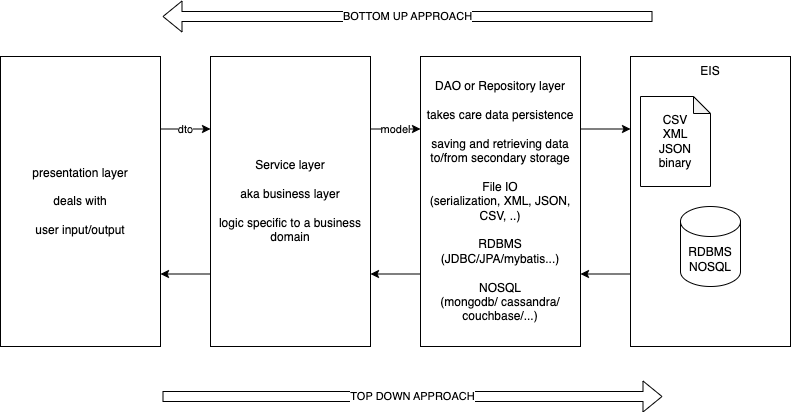
This is customer-dashboard/concept.dio.png from vinod-kayartaya/upcurve-pe-2024, a draw.io export, as it was before one commit. Source tidied: cells renumbered, new cells last; positions are measured from the earlier drawing's top-left corner, leaving out a move shared by most shapes. The source it was exported from:
```xml
<mxGraphModel>
  <root>
    <mxCell id="0" />
    <mxCell id="1" parent="0" />
    <mxCell id="2" value="dto" style="edgeStyle=none;html=1;exitX=1;exitY=0.25;exitDx=0;exitDy=0;entryX=0;entryY=0.25;entryDx=0;entryDy=0;" parent="1" edge="1" source="3" target="6">
      <mxGeometry relative="1" as="geometry" />
    </mxCell>
    <mxCell id="3" value="presentation layer&lt;br&gt;&lt;br&gt;deals with&lt;br&gt;&lt;br&gt;user input/output" style="rounded=0;whiteSpace=wrap;html=1;" parent="1" vertex="1">
      <mxGeometry y="40" width="160" height="290" as="geometry" />
    </mxCell>
    <mxCell id="4" value="model" style="edgeStyle=none;html=1;exitX=1;exitY=0.25;exitDx=0;exitDy=0;entryX=0;entryY=0.25;entryDx=0;entryDy=0;" parent="1" edge="1" source="6" target="9">
      <mxGeometry relative="1" as="geometry" />
    </mxCell>
    <mxCell id="5" style="edgeStyle=none;html=1;exitX=0;exitY=0.75;exitDx=0;exitDy=0;entryX=1;entryY=0.75;entryDx=0;entryDy=0;" parent="1" edge="1" source="6" target="3">
      <mxGeometry relative="1" as="geometry" />
    </mxCell>
    <mxCell id="6" value="Service layer&lt;br&gt;&lt;br&gt;aka business layer&lt;br&gt;&lt;br&gt;logic specific to a business domain" style="rounded=0;whiteSpace=wrap;html=1;" parent="1" vertex="1">
      <mxGeometry x="210" y="40" width="160" height="290" as="geometry" />
    </mxCell>
    <mxCell id="7" style="edgeStyle=none;html=1;exitX=0;exitY=0.75;exitDx=0;exitDy=0;entryX=1;entryY=0.75;entryDx=0;entryDy=0;" parent="1" edge="1" source="9" target="6">
      <mxGeometry relative="1" as="geometry" />
    </mxCell>
    <mxCell id="8" style="edgeStyle=none;html=1;exitX=1;exitY=0.25;exitDx=0;exitDy=0;entryX=0;entryY=0.25;entryDx=0;entryDy=0;" parent="1" edge="1" source="9" target="11">
      <mxGeometry relative="1" as="geometry" />
    </mxCell>
    <mxCell id="9" value="DAO or Repository layer&lt;br&gt;&lt;br&gt;takes care data persistence&lt;br&gt;&lt;br&gt;saving and retrieving data to/from secondary storage&lt;br&gt;&lt;br&gt;File IO &lt;br&gt;(serialization, XML, JSON, CSV, ..)&lt;br&gt;&lt;br&gt;RDBMS (JDBC/JPA/mybatis...)&lt;br&gt;&lt;br&gt;NOSQL&lt;br&gt;(mongodb/ cassandra/ couchbase/...)" style="rounded=0;whiteSpace=wrap;html=1;" parent="1" vertex="1">
      <mxGeometry x="420" y="40" width="160" height="290" as="geometry" />
    </mxCell>
    <mxCell id="10" style="edgeStyle=none;html=1;exitX=0;exitY=0.75;exitDx=0;exitDy=0;entryX=1;entryY=0.75;entryDx=0;entryDy=0;" parent="1" edge="1" source="11" target="9">
      <mxGeometry relative="1" as="geometry" />
    </mxCell>
    <mxCell id="11" style="rounded=0;whiteSpace=wrap;html=1;" parent="1" vertex="1">
      <mxGeometry x="630" y="40" width="160" height="290" as="geometry" />
    </mxCell>
    <mxCell id="12" value="EIS" style="text;html=1;strokeColor=none;fillColor=none;align=center;verticalAlign=middle;whiteSpace=wrap;rounded=0;" parent="1" vertex="1">
      <mxGeometry x="630" y="40" width="160" height="30" as="geometry" />
    </mxCell>
    <mxCell id="13" value="CSV&lt;br&gt;XML&lt;br&gt;JSON&lt;br&gt;binary" style="shape=note;whiteSpace=wrap;html=1;backgroundOutline=1;darkOpacity=0.05;size=17;" parent="1" vertex="1">
      <mxGeometry x="640" y="80" width="70" height="90" as="geometry" />
    </mxCell>
    <mxCell id="14" value="RDBMS&lt;br&gt;NOSQL" style="shape=cylinder3;whiteSpace=wrap;html=1;boundedLbl=1;backgroundOutline=1;size=15;" parent="1" vertex="1">
      <mxGeometry x="680" y="190" width="60" height="80" as="geometry" />
    </mxCell>
    <mxCell id="15" value="BOTTOM UP APPROACH" style="shape=flexArrow;endArrow=classic;html=1;" parent="1" edge="1">
      <mxGeometry relative="1" as="geometry">
        <mxPoint x="652" as="sourcePoint" />
        <mxPoint x="162" as="targetPoint" />
      </mxGeometry>
    </mxCell>
    <mxCell id="16" value="TOP DOWN APPROACH" style="shape=flexArrow;endArrow=classic;html=1;" parent="1" edge="1">
      <mxGeometry relative="1" as="geometry">
        <mxPoint x="162" y="380" as="sourcePoint" />
        <mxPoint x="662" y="380" as="targetPoint" />
      </mxGeometry>
    </mxCell>
  </root>
</mxGraphModel>
```
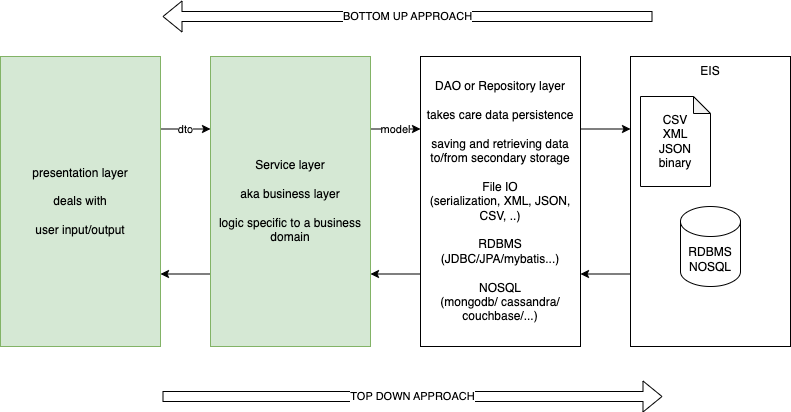
After the change.

Diff of the diagram source:
```diff
@@ -5,7 +5,7 @@
     <mxCell id="2" value="dto" style="edgeStyle=none;html=1;exitX=1;exitY=0.25;exitDx=0;exitDy=0;entryX=0;entryY=0.25;entryDx=0;entryDy=0;" parent="1" edge="1" source="3" target="6">
       <mxGeometry relative="1" as="geometry" />
     </mxCell>
-    <mxCell id="3" value="presentation layer&lt;br&gt;&lt;br&gt;deals with&lt;br&gt;&lt;br&gt;user input/output" style="rounded=0;whiteSpace=wrap;html=1;" parent="1" vertex="1">
+    <mxCell id="3" value="presentation layer&lt;br&gt;&lt;br&gt;deals with&lt;br&gt;&lt;br&gt;user input/output" style="rounded=0;whiteSpace=wrap;html=1;fillColor=#d5e8d4;strokeColor=#82b366;" parent="1" vertex="1">
       <mxGeometry y="40" width="160" height="290" as="geometry" />
     </mxCell>
     <mxCell id="4" value="model" style="edgeStyle=none;html=1;exitX=1;exitY=0.25;exitDx=0;exitDy=0;entryX=0;entryY=0.25;entryDx=0;entryDy=0;" parent="1" edge="1" source="6" target="9">
@@ -14,7 +14,7 @@
     <mxCell id="5" style="edgeStyle=none;html=1;exitX=0;exitY=0.75;exitDx=0;exitDy=0;entryX=1;entryY=0.75;entryDx=0;entryDy=0;" parent="1" edge="1" source="6" target="3">
       <mxGeometry relative="1" as="geometry" />
     </mxCell>
-    <mxCell id="6" value="Service layer&lt;br&gt;&lt;br&gt;aka business layer&lt;br&gt;&lt;br&gt;logic specific to a business domain" style="rounded=0;whiteSpace=wrap;html=1;" parent="1" vertex="1">
+    <mxCell id="6" value="Service layer&lt;br&gt;&lt;br&gt;aka business layer&lt;br&gt;&lt;br&gt;logic specific to a business domain" style="rounded=0;whiteSpace=wrap;html=1;fillColor=#d5e8d4;strokeColor=#82b366;" parent="1" vertex="1">
       <mxGeometry x="210" y="40" width="160" height="290" as="geometry" />
     </mxCell>
     <mxCell id="7" style="edgeStyle=none;html=1;exitX=0;exitY=0.75;exitDx=0;exitDy=0;entryX=1;entryY=0.75;entryDx=0;entryDy=0;" parent="1" edge="1" source="9" target="6">
```
